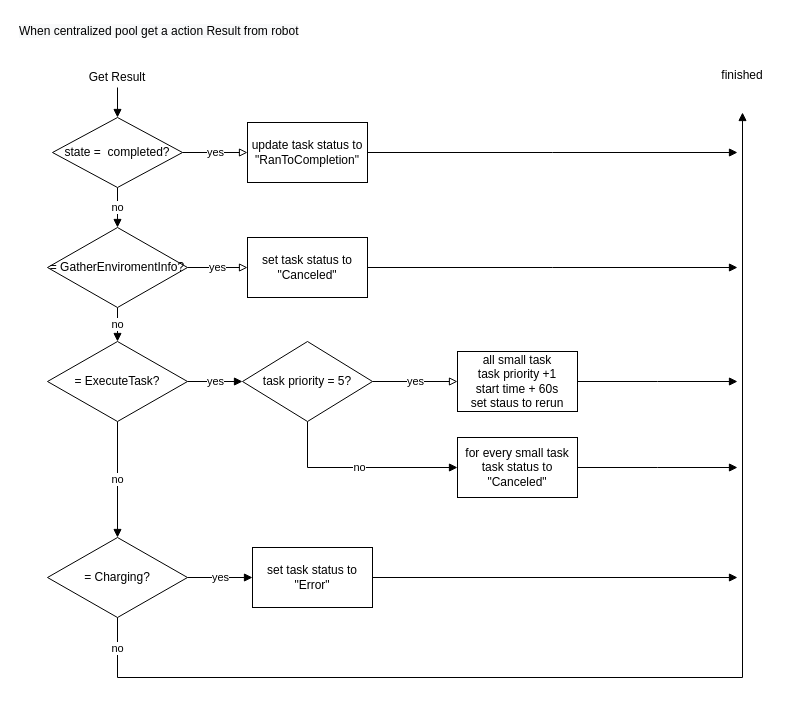
Before: page "centralized_pool_action_result" (11 of 21) of Thesis/diagrams/robot.drawio in xuanjiao/master_thesis, a draw.io diagram. Source tidied: cells renumbered, new cells numbered last; positions are measured from the earlier drawing's top-left corner, leaving out a move shared by most shapes. Both pictures are drawn from the tidied source at 100%, with x=0, y=0 at pixel (17, 17).
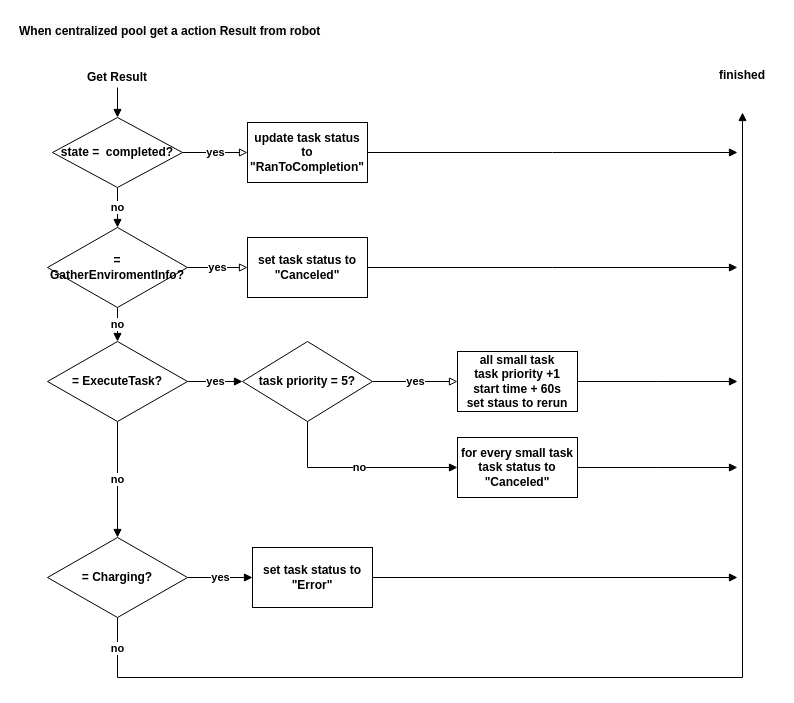
Above is the later version.

Diff of the diagram source:
```diff
@@
-    <mxCell id="2" value="&lt;span style=&quot;color: rgb(0 , 0 , 0) ; font-family: &amp;#34;helvetica&amp;#34; ; font-size: 12px ; font-style: normal ; font-weight: 400 ; letter-spacing: normal ; text-align: center ; text-indent: 0px ; text-transform: none ; word-spacing: 0px ; background-color: rgb(248 , 249 , 250) ; display: inline ; float: none&quot;&gt;When centralized pool get a action Result from robot&lt;/span&gt;" style="text;whiteSpace=wrap;html=1;" parent="1" vertex="1">
+    <mxCell id="2" value="&lt;span style=&quot;color: rgb(0, 0, 0); font-family: helvetica; font-size: 12px; font-style: normal; letter-spacing: normal; text-align: center; text-indent: 0px; text-transform: none; word-spacing: 0px; background-color: rgb(248, 249, 250); display: inline; float: none;&quot;&gt;When centralized pool get a action Result from robot&lt;/span&gt;" style="text;whiteSpace=wrap;html=1;fontStyle=1;" parent="1" vertex="1">
       <mxGeometry width="320" height="30" as="geometry" />
     </mxCell>
-    <mxCell id="3" style="edgeStyle=orthogonalEdgeStyle;rounded=0;jettySize=auto;html=1;endArrow=block;endFill=1;" parent="1" edge="1" source="4" target="9">
+    <mxCell id="3" style="edgeStyle=orthogonalEdgeStyle;rounded=0;jettySize=auto;html=1;endArrow=block;endFill=1;fontStyle=1;" parent="1" edge="1" source="4" target="9">
       <mxGeometry relative="1" as="geometry" />
     </mxCell>
-    <mxCell id="4" value="Get Result" style="text;html=1;strokeColor=none;fillColor=none;align=center;verticalAlign=middle;whiteSpace=wrap;rounded=0;" parent="1" vertex="1">
+    <mxCell id="4" value="Get Result" style="text;html=1;strokeColor=none;fillColor=none;align=center;verticalAlign=middle;whiteSpace=wrap;rounded=0;fontStyle=1;" parent="1" vertex="1">
       <mxGeometry x="50" y="50" width="100" height="20" as="geometry" />
     </mxCell>
-    <mxCell id="5" style="edgeStyle=orthogonalEdgeStyle;rounded=0;jettySize=auto;html=1;endArrow=block;endFill=1;" parent="1" edge="1" source="6">
+    <mxCell id="5" style="edgeStyle=orthogonalEdgeStyle;rounded=0;jettySize=auto;html=1;endArrow=block;endFill=1;fontStyle=1;" parent="1" edge="1" source="6">
       <mxGeometry relative="1" as="geometry">
         <mxPoint x="720" y="135" as="targetPoint" />
       </mxGeometry>
     </mxCell>
-    <mxCell id="6" value="&lt;span&gt;update task status to &quot;RanToCompletion&quot;&lt;/span&gt;" style="rounded=0;whiteSpace=wrap;html=1;" parent="1" vertex="1">
+    <mxCell id="6" value="&lt;span&gt;update task status to &quot;RanToCompletion&quot;&lt;/span&gt;" style="rounded=0;whiteSpace=wrap;html=1;fontStyle=1;" parent="1" vertex="1">
       <mxGeometry x="230" y="105" width="120" height="60" as="geometry" />
     </mxCell>
-    <mxCell id="7" value="yes" style="edgeStyle=orthogonalEdgeStyle;rounded=0;jettySize=auto;html=1;endArrow=block;endFill=0;" parent="1" edge="1" source="9" target="6">
+    <mxCell id="7" value="yes" style="edgeStyle=orthogonalEdgeStyle;rounded=0;jettySize=auto;html=1;endArrow=block;endFill=0;fontStyle=1;" parent="1" edge="1" source="9" target="6">
       <mxGeometry relative="1" as="geometry" />
     </mxCell>
-    <mxCell id="8" value="no" style="edgeStyle=orthogonalEdgeStyle;rounded=0;jettySize=auto;html=1;endArrow=block;endFill=1;" parent="1" edge="1" source="9" target="14">
+    <mxCell id="8" value="no" style="edgeStyle=orthogonalEdgeStyle;rounded=0;jettySize=auto;html=1;endArrow=block;endFill=1;fontStyle=1;" parent="1" edge="1" source="9" target="14">
       <mxGeometry relative="1" as="geometry" />
     </mxCell>
-    <mxCell id="9" value="state =&amp;nbsp; completed?" style="rhombus;whiteSpace=wrap;html=1;" parent="1" vertex="1">
+    <mxCell id="9" value="state =&amp;nbsp; completed?" style="rhombus;whiteSpace=wrap;html=1;fontStyle=1;" parent="1" vertex="1">
       <mxGeometry x="35" y="100" width="130" height="70" as="geometry" />
     </mxCell>
-    <mxCell id="10" value="yes" style="edgeStyle=orthogonalEdgeStyle;rounded=0;jettySize=auto;html=1;endArrow=block;endFill=0;" parent="1" edge="1" source="21" target="18">
+    <mxCell id="10" value="yes" style="edgeStyle=orthogonalEdgeStyle;rounded=0;jettySize=auto;html=1;endArrow=block;endFill=0;fontStyle=1;" parent="1" edge="1" source="21" target="18">
       <mxGeometry relative="1" as="geometry" />
     </mxCell>
-    <mxCell id="11" value="yes" style="edgeStyle=orthogonalEdgeStyle;rounded=0;jettySize=auto;html=1;endArrow=block;endFill=0;" parent="1" edge="1" source="14" target="16">
+    <mxCell id="11" value="yes" style="edgeStyle=orthogonalEdgeStyle;rounded=0;jettySize=auto;html=1;endArrow=block;endFill=0;fontStyle=1;" parent="1" edge="1" source="14" target="16">
       <mxGeometry relative="1" as="geometry" />
     </mxCell>
-    <mxCell id="12" value="yes" style="edgeStyle=orthogonalEdgeStyle;rounded=0;jettySize=auto;html=1;endArrow=block;endFill=1;" parent="1" edge="1" source="23" target="21">
+    <mxCell id="12" value="yes" style="edgeStyle=orthogonalEdgeStyle;rounded=0;jettySize=auto;html=1;endArrow=block;endFill=1;fontStyle=1;" parent="1" edge="1" source="23" target="21">
       <mxGeometry relative="1" as="geometry" />
     </mxCell>
-    <mxCell id="13" value="no" style="edgeStyle=orthogonalEdgeStyle;rounded=0;jettySize=auto;html=1;endArrow=block;endFill=1;" parent="1" edge="1" source="14" target="23">
+    <mxCell id="13" value="no" style="edgeStyle=orthogonalEdgeStyle;rounded=0;jettySize=auto;html=1;endArrow=block;endFill=1;fontStyle=1;" parent="1" edge="1" source="14" target="23">
       <mxGeometry relative="1" as="geometry" />
     </mxCell>
-    <mxCell id="14" value="= GatherEnviromentInfo?" style="rhombus;whiteSpace=wrap;html=1;" parent="1" vertex="1">
+    <mxCell id="14" value="= GatherEnviromentInfo?" style="rhombus;whiteSpace=wrap;html=1;fontStyle=1;" parent="1" vertex="1">
       <mxGeometry x="30" y="210" width="140" height="80" as="geometry" />
     </mxCell>
-    <mxCell id="15" style="edgeStyle=orthogonalEdgeStyle;rounded=0;jettySize=auto;html=1;endArrow=block;endFill=1;" parent="1" edge="1" source="16">
+    <mxCell id="15" style="edgeStyle=orthogonalEdgeStyle;rounded=0;jettySize=auto;html=1;endArrow=block;endFill=1;fontStyle=1;" parent="1" edge="1" source="16">
       <mxGeometry relative="1" as="geometry">
         <mxPoint x="720" y="250" as="targetPoint" />
       </mxGeometry>
     </mxCell>
-    <mxCell id="16" value="&lt;span&gt;set task status to &quot;Canceled&quot;&lt;/span&gt;" style="rounded=0;whiteSpace=wrap;html=1;" parent="1" vertex="1">
+    <mxCell id="16" value="&lt;span&gt;set task status to &quot;Canceled&quot;&lt;/span&gt;" style="rounded=0;whiteSpace=wrap;html=1;fontStyle=1;" parent="1" vertex="1">
       <mxGeometry x="230" y="220" width="120" height="60" as="geometry" />
     </mxCell>
-    <mxCell id="17" style="edgeStyle=orthogonalEdgeStyle;rounded=0;jettySize=auto;html=1;endArrow=block;endFill=1;" parent="1" edge="1" source="18">
+    <mxCell id="17" style="edgeStyle=orthogonalEdgeStyle;rounded=0;jettySize=auto;html=1;endArrow=block;endFill=1;fontStyle=1;" parent="1" edge="1" source="18">
       <mxGeometry relative="1" as="geometry">
         <mxPoint x="720" y="364" as="targetPoint" />
       </mxGeometry>
     </mxCell>
-    <mxCell id="18" value="all small task&lt;br&gt;task priority +1&lt;br&gt;start time + 60s&lt;br&gt;set staus to rerun" style="rounded=0;whiteSpace=wrap;html=1;" parent="1" vertex="1">
+    <mxCell id="18" value="all small task&lt;br&gt;task priority +1&lt;br&gt;start time + 60s&lt;br&gt;set staus to rerun" style="rounded=0;whiteSpace=wrap;html=1;fontStyle=1;" parent="1" vertex="1">
       <mxGeometry x="440" y="334" width="120" height="60" as="geometry" />
     </mxCell>
-    <mxCell id="19" value="finished" style="text;html=1;strokeColor=none;fillColor=none;align=center;verticalAlign=middle;whiteSpace=wrap;rounded=0;" parent="1" vertex="1">
+    <mxCell id="19" value="finished" style="text;html=1;strokeColor=none;fillColor=none;align=center;verticalAlign=middle;whiteSpace=wrap;rounded=0;fontStyle=1;" parent="1" vertex="1">
       <mxGeometry x="690" y="20" width="70" height="75" as="geometry" />
     </mxCell>
-    <mxCell id="20" value="no" style="edgeStyle=orthogonalEdgeStyle;rounded=0;jettySize=auto;html=1;entryX=0;entryY=0.5;entryDx=0;entryDy=0;endArrow=block;endFill=1;" parent="1" edge="1" source="21" target="25">
+    <mxCell id="20" value="no" style="edgeStyle=orthogonalEdgeStyle;rounded=0;jettySize=auto;html=1;entryX=0;entryY=0.5;entryDx=0;entryDy=0;endArrow=block;endFill=1;fontStyle=1;" parent="1" edge="1" source="21" target="25">
       <mxGeometry relative="1" as="geometry">
         <Array as="points">
           <mxPoint x="290" y="450" />
         </Array>
       </mxGeometry>
     </mxCell>
-    <mxCell id="21" value="task priority = 5?" style="rhombus;whiteSpace=wrap;html=1;" parent="1" vertex="1">
+    <mxCell id="21" value="task priority = 5?" style="rhombus;whiteSpace=wrap;html=1;fontStyle=1;" parent="1" vertex="1">
       <mxGeometry x="225" y="324" width="130" height="80" as="geometry" />
     </mxCell>
-    <mxCell id="22" value="no" style="edgeStyle=orthogonalEdgeStyle;rounded=0;jettySize=auto;html=1;endArrow=block;endFill=1;" parent="1" edge="1" source="23" target="27">
+    <mxCell id="22" value="no" style="edgeStyle=orthogonalEdgeStyle;rounded=0;jettySize=auto;html=1;endArrow=block;endFill=1;fontStyle=1;" parent="1" edge="1" source="23" target="27">
       <mxGeometry relative="1" as="geometry" />
     </mxCell>
-    <mxCell id="23" value="= ExecuteTask?" style="rhombus;whiteSpace=wrap;html=1;" parent="1" vertex="1">
+    <mxCell id="23" value="= ExecuteTask?" style="rhombus;whiteSpace=wrap;html=1;fontStyle=1;" parent="1" vertex="1">
       <mxGeometry x="30" y="324" width="140" height="80" as="geometry" />
     </mxCell>
-    <mxCell id="24" style="edgeStyle=orthogonalEdgeStyle;rounded=0;jettySize=auto;html=1;endArrow=block;endFill=1;" parent="1" edge="1" source="25">
+    <mxCell id="24" style="edgeStyle=orthogonalEdgeStyle;rounded=0;jettySize=auto;html=1;endArrow=block;endFill=1;fontStyle=1;" parent="1" edge="1" source="25">
       <mxGeometry relative="1" as="geometry">
         <mxPoint x="720" y="450" as="targetPoint" />
       </mxGeometry>
     </mxCell>
-    <mxCell id="25" value="for every small task&lt;br&gt;task status to &quot;Canceled&quot;" style="rounded=0;whiteSpace=wrap;html=1;" parent="1" vertex="1">
+    <mxCell id="25" value="for every small task&lt;br&gt;task status to &quot;Canceled&quot;" style="rounded=0;whiteSpace=wrap;html=1;fontStyle=1;" parent="1" vertex="1">
       <mxGeometry x="440" y="420" width="120" height="60" as="geometry" />
     </mxCell>
-    <mxCell id="26" value="yes" style="edgeStyle=orthogonalEdgeStyle;rounded=0;jettySize=auto;html=1;endArrow=block;endFill=1;" parent="1" edge="1" source="27" target="30">
+    <mxCell id="26" value="yes" style="edgeStyle=orthogonalEdgeStyle;rounded=0;jettySize=auto;html=1;endArrow=block;endFill=1;fontStyle=1;" parent="1" edge="1" source="27" target="30">
       <mxGeometry relative="1" as="geometry" />
     </mxCell>
-    <mxCell id="27" value="= Charging?" style="rhombus;whiteSpace=wrap;html=1;" parent="1" vertex="1">
+    <mxCell id="27" value="= Charging?" style="rhombus;whiteSpace=wrap;html=1;fontStyle=1;" parent="1" vertex="1">
       <mxGeometry x="30" y="520" width="140" height="80" as="geometry" />
     </mxCell>
-    <mxCell id="28" value="no" style="edgeStyle=orthogonalEdgeStyle;rounded=0;jettySize=auto;html=1;entryX=0.5;entryY=1;entryDx=0;entryDy=0;endArrow=block;endFill=1;" parent="1" edge="1" source="27" target="19">
+    <mxCell id="28" value="no" style="edgeStyle=orthogonalEdgeStyle;rounded=0;jettySize=auto;html=1;entryX=0.5;entryY=1;entryDx=0;entryDy=0;endArrow=block;endFill=1;fontStyle=1;" parent="1" edge="1" source="27" target="19">
       <mxGeometry x="-0.95" relative="1" as="geometry">
         <Array as="points">
           <mxPoint x="100" y="660" />
           <mxPoint x="725" y="660" />
         </Array>
       </mxGeometry>
     </mxCell>
-    <mxCell id="29" style="edgeStyle=orthogonalEdgeStyle;rounded=0;jettySize=auto;html=1;endArrow=block;endFill=1;" parent="1" edge="1" source="30">
+    <mxCell id="29" style="edgeStyle=orthogonalEdgeStyle;rounded=0;jettySize=auto;html=1;endArrow=block;endFill=1;fontStyle=1;" parent="1" edge="1" source="30">
       <mxGeometry relative="1" as="geometry">
         <mxPoint x="720" y="560" as="targetPoint" />
       </mxGeometry>
     </mxCell>
-    <mxCell id="30" value="&lt;span&gt;set task status to &quot;Error&quot;&lt;/span&gt;" style="rounded=0;whiteSpace=wrap;html=1;" parent="1" vertex="1">
+    <mxCell id="30" value="&lt;span&gt;set task status to &quot;Error&quot;&lt;/span&gt;" style="rounded=0;whiteSpace=wrap;html=1;fontStyle=1;" parent="1" vertex="1">
       <mxGeometry x="235" y="530" width="120" height="60" as="geometry" />
     </mxCell>
```
